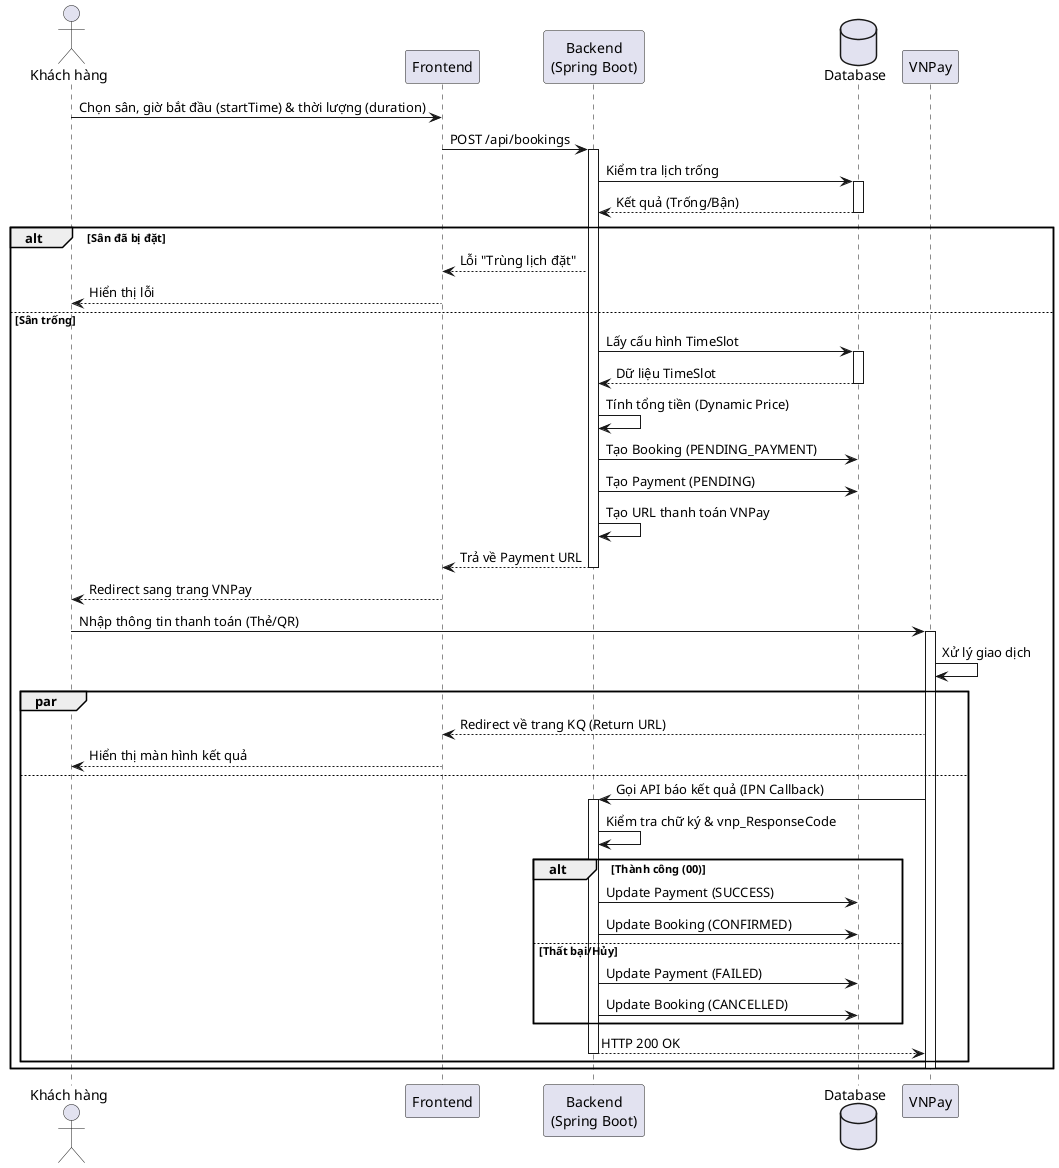
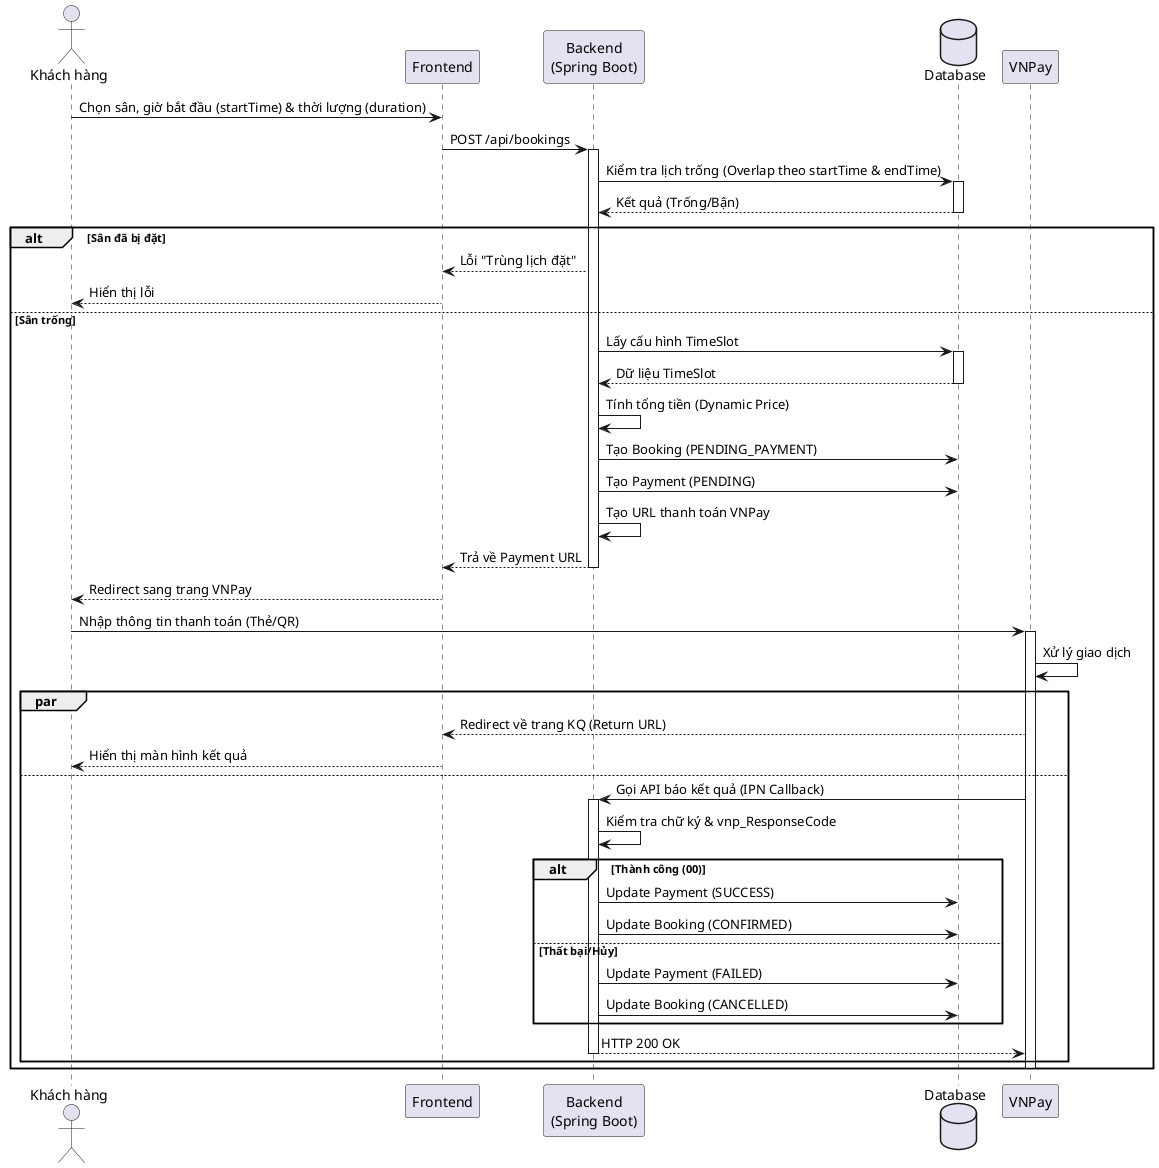
@startuml BookingSequenceDiagram
actor "Khách hàng" as User
participant "Frontend" as FE
participant "Backend\n(Spring Boot)" as BE
database "Database" as DB
participant "VNPay" as VNP

User -> FE : Chọn sân, giờ bắt đầu (startTime) & thời lượng (duration)
FE -> BE : POST /api/bookings
activate BE

- BE -> DB : Kiểm tra lịch trống
+ BE -> DB : Kiểm tra lịch trống (Overlap theo startTime & endTime)
activate DB
DB --> BE : Kết quả (Trống/Bận)
deactivate DB

alt Sân đã bị đặt
    BE --> FE : Lỗi "Trùng lịch đặt"
    FE --> User : Hiển thị lỗi
else Sân trống
    BE -> DB : Lấy cấu hình TimeSlot
    activate DB
    DB --> BE : Dữ liệu TimeSlot
    deactivate DB

    BE -> BE : Tính tổng tiền (Dynamic Price)

    BE -> DB : Tạo Booking (PENDING_PAYMENT)
    BE -> DB : Tạo Payment (PENDING)

    BE -> BE : Tạo URL thanh toán VNPay
    BE --> FE : Trả về Payment URL
    deactivate BE

    FE --> User : Redirect sang trang VNPay

    User -> VNP : Nhập thông tin thanh toán (Thẻ/QR)
    activate VNP
    VNP -> VNP : Xử lý giao dịch

    par
        VNP --> FE : Redirect về trang KQ (Return URL)
        FE --> User : Hiển thị màn hình kết quả
    else
        VNP -> BE : Gọi API báo kết quả (IPN Callback)
        activate BE
        BE -> BE : Kiểm tra chữ ký & vnp_ResponseCode
        alt Thành công (00)
            BE -> DB : Update Payment (SUCCESS)
            BE -> DB : Update Booking (CONFIRMED)
        else Thất bại/Hủy
            BE -> DB : Update Payment (FAILED)
            BE -> DB : Update Booking (CANCELLED)
        end
        BE --> VNP : HTTP 200 OK
        deactivate BE
    end
    deactivate VNP
end

@enduml
